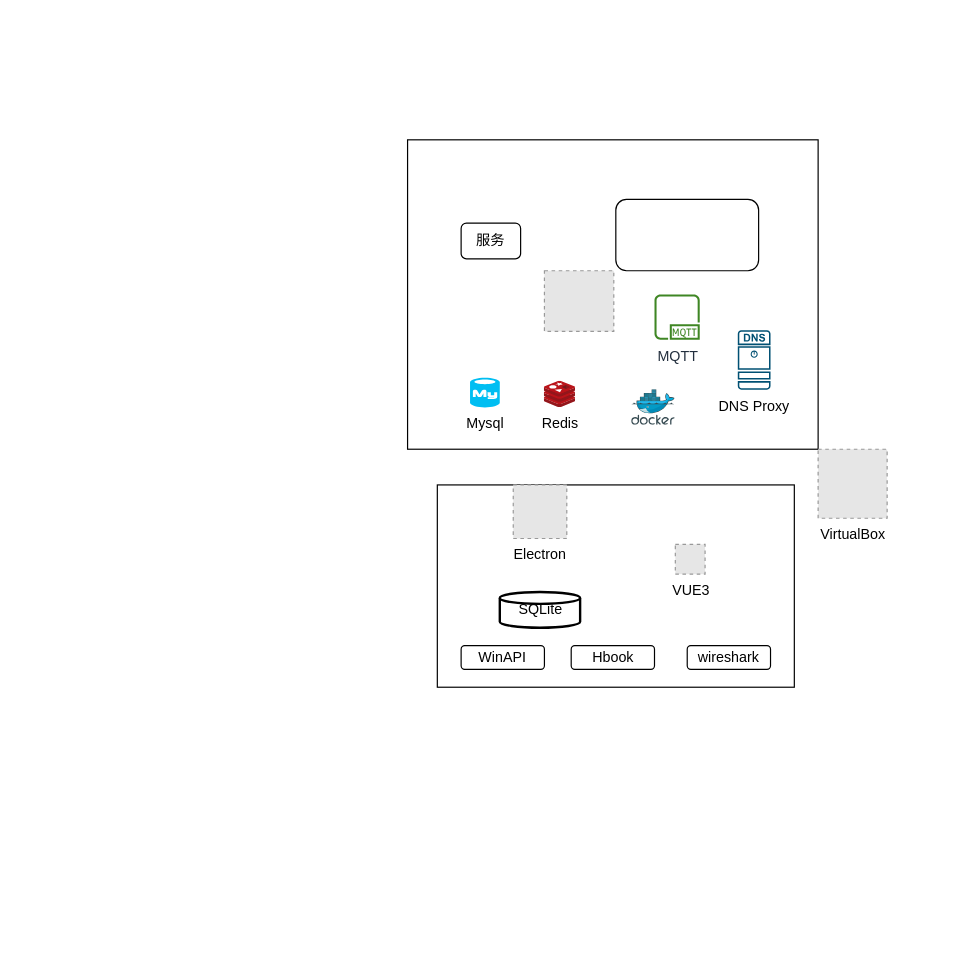
This is page "第 4 页" (4 of 4) of drawio/dns.drawio from raingnight/Blog_Pic, a draw.io file, before an edit. Source tidied: cells renumbered, new cells numbered last; positions are measured from the earlier drawing's top-left corner, leaving out a move shared by most shapes. Both pictures are drawn from the tidied source at 119%, with x=0, y=0 at pixel (407, 139). Pictures stored in the file or linked from it are replaced by grey dashed boxes.
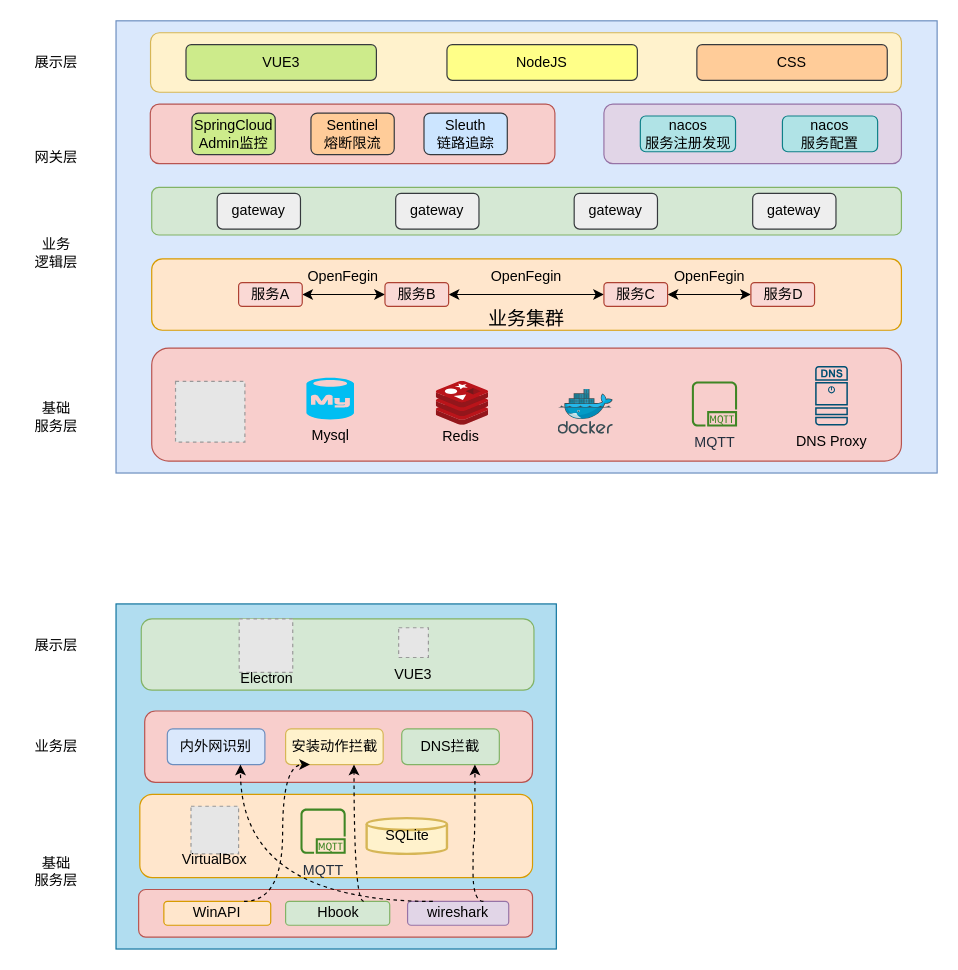
Above is the later version.

What changed in the source:
```diff
@@
+    <mxCell id="3" style="rounded=0;whiteSpace=wrap;html=1;fillColor=#b1ddf0;strokeColor=#10739e;" parent="1" vertex="1">
+      <mxGeometry x="-245" y="390" width="370" height="290" as="geometry" />
+    </mxCell>
+    <mxCell id="19" style="rounded=1;whiteSpace=wrap;html=1;fillColor=#d5e8d4;strokeColor=#82b366;" parent="1" vertex="1">
+      <mxGeometry x="-223.8" y="402.5" width="330" height="60" as="geometry" />
+    </mxCell>
+    <mxCell id="20" style="rounded=1;whiteSpace=wrap;html=1;fillColor=#ffe6cc;strokeColor=#d79b00;" parent="1" vertex="1">
+      <mxGeometry x="-225" y="550" width="330" height="70" as="geometry" />
+    </mxCell>
+    <mxCell id="21" style="rounded=1;whiteSpace=wrap;html=1;fillColor=#f8cecc;strokeColor=#b85450;" parent="1" vertex="1">
+      <mxGeometry x="-226" y="630" width="331" height="40" as="geometry" />
+    </mxCell>
-    <mxCell id="2" style="rounded=0;whiteSpace=wrap;html=1;" parent="1" vertex="1">
-      <mxGeometry width="345" height="260" as="geometry" />
+    <mxCell id="2" style="rounded=0;whiteSpace=wrap;html=1;fillColor=#dae8fc;strokeColor=#6c8ebf;" parent="1" vertex="1">
+      <mxGeometry x="-245" y="-100" width="690" height="380" as="geometry" />
     </mxCell>
-    <mxCell id="3" style="rounded=0;whiteSpace=wrap;html=1;" parent="1" vertex="1">
-      <mxGeometry x="25" y="290" width="300" height="170" as="geometry" />
-    </mxCell>
+    <mxCell id="22" style="rounded=1;whiteSpace=wrap;html=1;fillColor=#fff2cc;strokeColor=#d6b656;" parent="1" vertex="1">
+      <mxGeometry x="-216" y="-90" width="631" height="50" as="geometry" />
+    </mxCell>
+    <mxCell id="23" style="rounded=1;whiteSpace=wrap;html=1;fillColor=#f8cecc;strokeColor=#b85450;" parent="1" vertex="1">
+      <mxGeometry x="-215" y="175" width="630" height="95" as="geometry" />
+    </mxCell>
+    <mxCell id="24" style="rounded=1;whiteSpace=wrap;html=1;fillColor=#ffe6cc;strokeColor=#d79b00;" parent="1" vertex="1">
+      <mxGeometry x="-215" y="100" width="630" height="60" as="geometry" />
+    </mxCell>
-    <mxCell id="4" value="WinAPI" style="rounded=1;whiteSpace=wrap;html=1;" parent="1" vertex="1">
-      <mxGeometry x="45" y="425" width="70" height="20" as="geometry" />
+    <mxCell id="4" value="WinAPI" style="rounded=1;whiteSpace=wrap;html=1;fillColor=#ffe6cc;strokeColor=#d79b00;" parent="1" vertex="1">
+      <mxGeometry x="-204.8" y="640" width="89.8" height="20" as="geometry" />
     </mxCell>
-    <mxCell id="5" value="Hbook" style="rounded=1;whiteSpace=wrap;html=1;" parent="1" vertex="1">
-      <mxGeometry x="137.5" y="425" width="70" height="20" as="geometry" />
+    <mxCell id="5" value="Hbook" style="rounded=1;whiteSpace=wrap;html=1;fillColor=#d5e8d4;strokeColor=#82b366;" parent="1" vertex="1">
+      <mxGeometry x="-102.5" y="640" width="87.5" height="20" as="geometry" />
     </mxCell>
-    <mxCell id="6" value="wireshark" style="rounded=1;whiteSpace=wrap;html=1;" parent="1" vertex="1">
-      <mxGeometry x="235" y="425" width="70" height="20" as="geometry" />
+    <mxCell id="6" value="wireshark" style="rounded=1;whiteSpace=wrap;html=1;fillColor=#e1d5e7;strokeColor=#9673a6;" parent="1" vertex="1">
+      <mxGeometry y="640" width="85" height="20" as="geometry" />
     </mxCell>
-    <mxCell id="7" value="Redis" style="image;sketch=0;html=1;align=center;fontSize=12;image=img/lib/mscae/Cache_Redis_Product.svg;" parent="1" vertex="1">
-      <mxGeometry x="115" y="203" width="26.2" height="22" as="geometry" />
+    <mxCell id="7" style="image;sketch=0;html=1;align=center;fontSize=12;image=img/lib/mscae/Cache_Redis_Product.svg;" parent="1" vertex="1">
+      <mxGeometry x="24.2" y="203" width="44" height="37" as="geometry" />
     </mxCell>
     <mxCell id="8" value="Mysql" style="verticalLabelPosition=bottom;html=1;verticalAlign=top;align=center;strokeColor=none;fillColor=#00BEF2;shape=mxgraph.azure.mysql_database;" parent="1" vertex="1">
-      <mxGeometry x="52.5" y="200" width="25" height="25" as="geometry" />
+      <mxGeometry x="-85" y="200" width="40" height="35" as="geometry" />
     </mxCell>
     <mxCell id="9" value="DNS Proxy" style="sketch=0;verticalLabelPosition=bottom;html=1;verticalAlign=top;align=center;shape=mxgraph.cisco19.dns_server;fillColor=#005073;strokeColor=none;" parent="1" vertex="1">
-      <mxGeometry x="277.5" y="160" width="27.5" height="50" as="geometry" />
+      <mxGeometry x="342.5" y="190" width="27.5" height="50" as="geometry" />
     </mxCell>
-    <mxCell id="10" value="Electron" style="fillColor=#E6E6E6;strokeColor=#999999;dashed=1;html=1;verticalAlign=top;verticalLabelPosition=bottom;labelBackgroundColor=#ffffff;" parent="1" vertex="1">
-      <mxGeometry x="88.8" y="290" width="45" height="45" as="geometry" />
-    </mxCell>
-    <mxCell id="11" value="VUE3" style="fillColor=#E6E6E6;strokeColor=#999999;dashed=1;html=1;verticalAlign=top;verticalLabelPosition=bottom;labelBackgroundColor=#ffffff;" parent="1" vertex="1">
-      <mxGeometry x="225" y="340" width="25" height="25" as="geometry" />
-    </mxCell>
-    <mxCell id="12" value="SQLite" style="strokeWidth=2;html=1;shape=mxgraph.flowchart.database;whiteSpace=wrap;" parent="1" vertex="1">
-      <mxGeometry x="77.5" y="380" width="67.5" height="30" as="geometry" />
+    <mxCell id="12" value="SQLite" style="strokeWidth=2;html=1;shape=mxgraph.flowchart.database;whiteSpace=wrap;fillColor=#fff2cc;strokeColor=#d6b656;" parent="1" vertex="1">
+      <mxGeometry x="-34.4" y="570" width="67.5" height="30" as="geometry" />
     </mxCell>
     <mxCell id="13" value="MQTT" style="sketch=0;fontColor=#232F3E;gradientColor=none;fillColor=#3F8624;strokeColor=none;dashed=0;verticalLabelPosition=bottom;verticalAlign=top;align=center;html=1;fontSize=12;fontStyle=0;shape=mxgraph.aws4.mqtt_protocol;" parent="1" vertex="1">
-      <mxGeometry x="207.5" y="130" width="38" height="38" as="geometry" />
+      <mxGeometry x="238.9" y="203" width="38" height="38" as="geometry" />
     </mxCell>
+    <mxCell id="15" style="image;sketch=0;html=1;align=center;fontSize=12;image=img/lib/mscae/Docker.svg;" parent="1" vertex="1">
+      <mxGeometry x="126.6" y="209.5" width="46.4" height="38" as="geometry" />
+    </mxCell>
+    <mxCell id="18" style="fillColor=#E6E6E6;strokeColor=#999999;dashed=1;verticalLabelPosition=bottom;verticalAlign=top;" parent="1" vertex="1">
+      <mxGeometry x="-195" y="203" width="58.3" height="51" as="geometry" />
+    </mxCell>
+    <mxCell id="25" style="rounded=1;whiteSpace=wrap;html=1;fillColor=#e1d5e7;strokeColor=#9673a6;" parent="1" vertex="1">
+      <mxGeometry x="165" y="-30" width="250" height="50" as="geometry" />
+    </mxCell>
+    <mxCell id="26" value="nacos&lt;br&gt;服务注册发现" style="rounded=1;whiteSpace=wrap;html=1;fillColor=#b0e3e6;strokeColor=#0e8088;" parent="1" vertex="1">
+      <mxGeometry x="195.6" y="-20" width="80" height="30" as="geometry" />
+    </mxCell>
+    <mxCell id="27" value="nacos&lt;br&gt;服务配置" style="rounded=1;whiteSpace=wrap;html=1;fillColor=#b0e3e6;strokeColor=#0e8088;" parent="1" vertex="1">
+      <mxGeometry x="315" y="-20" width="80" height="30" as="geometry" />
+    </mxCell>
+    <mxCell id="28" style="group;" parent="1" vertex="1">
+      <mxGeometry x="-216.2" y="-30" width="340" height="50" as="geometry" />
+    </mxCell>
+    <mxCell id="29" style="rounded=1;whiteSpace=wrap;html=1;fillColor=#f8cecc;strokeColor=#b85450;" parent="28" vertex="1">
+      <mxGeometry width="340" height="50" as="geometry" />
+    </mxCell>
+    <mxCell id="30" value="SpringCloud&lt;br&gt;Admin监控" style="rounded=1;whiteSpace=wrap;html=1;fillColor=#cdeb8b;strokeColor=#36393d;" parent="28" vertex="1">
+      <mxGeometry x="35" y="7.5" width="70" height="35" as="geometry" />
+    </mxCell>
+    <mxCell id="31" value="Sentinel&lt;br&gt;熔断限流" style="rounded=1;whiteSpace=wrap;html=1;fillColor=#ffcc99;strokeColor=#36393d;" parent="28" vertex="1">
+      <mxGeometry x="135" y="7.5" width="70" height="35" as="geometry" />
+    </mxCell>
+    <mxCell id="32" value="Sleuth&lt;br&gt;链路追踪" style="rounded=1;whiteSpace=wrap;html=1;fillColor=#cce5ff;strokeColor=#36393d;" parent="28" vertex="1">
+      <mxGeometry x="230" y="7.5" width="70" height="35" as="geometry" />
+    </mxCell>
+    <mxCell id="33" value="VUE3" style="rounded=1;whiteSpace=wrap;html=1;fillColor=#cdeb8b;strokeColor=#36393d;" parent="1" vertex="1">
+      <mxGeometry x="-186.2" y="-80" width="160" height="30" as="geometry" />
+    </mxCell>
+    <mxCell id="34" value="NodeJS" style="rounded=1;whiteSpace=wrap;html=1;fillColor=#ffff88;strokeColor=#36393d;" parent="1" vertex="1">
+      <mxGeometry x="33.1" y="-80" width="160" height="30" as="geometry" />
+    </mxCell>
+    <mxCell id="35" value="CSS" style="rounded=1;whiteSpace=wrap;html=1;fillColor=#ffcc99;strokeColor=#36393d;" parent="1" vertex="1">
+      <mxGeometry x="243.1" y="-80" width="160" height="30" as="geometry" />
+    </mxCell>
+    <mxCell id="36" value="业务集群" style="text;html=1;strokeColor=none;fillColor=none;align=center;verticalAlign=middle;whiteSpace=wrap;rounded=0;fontSize=16;" parent="1" vertex="1">
+      <mxGeometry x="65.1" y="140" width="69.8" height="20" as="geometry" />
+    </mxCell>
+    <mxCell id="37" style="edgeStyle=orthogonalEdgeStyle;rounded=0;jettySize=auto;html=1;exitX=1;exitY=0.5;exitDx=0;exitDy=0;entryX=0;entryY=0.5;entryDx=0;entryDy=0;startArrow=classic;startFill=1;" parent="1" edge="1" source="38" target="40">
+      <mxGeometry relative="1" as="geometry" />
+    </mxCell>
+    <mxCell id="38" value="服务A" style="rounded=1;whiteSpace=wrap;html=1;fillColor=#fad9d5;strokeColor=#ae4132;" parent="1" vertex="1">
+      <mxGeometry x="-142" y="120" width="53.5" height="20" as="geometry" />
+    </mxCell>
+    <mxCell id="39" style="edgeStyle=orthogonalEdgeStyle;rounded=0;jettySize=auto;html=1;exitX=1;exitY=0.5;exitDx=0;exitDy=0;entryX=0;entryY=0.5;entryDx=0;entryDy=0;startArrow=classic;startFill=1;" parent="1" edge="1" source="40" target="42">
+      <mxGeometry relative="1" as="geometry" />
+    </mxCell>
+    <mxCell id="40" value="服务B" style="rounded=1;whiteSpace=wrap;html=1;fillColor=#fad9d5;strokeColor=#ae4132;" parent="1" vertex="1">
+      <mxGeometry x="-19" y="120" width="53.5" height="20" as="geometry" />
+    </mxCell>
+    <mxCell id="41" style="edgeStyle=orthogonalEdgeStyle;rounded=0;jettySize=auto;html=1;exitX=1;exitY=0.5;exitDx=0;exitDy=0;entryX=0;entryY=0.5;entryDx=0;entryDy=0;startArrow=classic;startFill=1;" parent="1" edge="1" source="42" target="43">
+      <mxGeometry relative="1" as="geometry" />
+    </mxCell>
+    <mxCell id="42" value="服务C" style="rounded=1;whiteSpace=wrap;html=1;fillColor=#fad9d5;strokeColor=#ae4132;" parent="1" vertex="1">
+      <mxGeometry x="165" y="120" width="53.5" height="20" as="geometry" />
+    </mxCell>
+    <mxCell id="43" value="服务D" style="rounded=1;whiteSpace=wrap;html=1;fillColor=#fad9d5;strokeColor=#ae4132;" parent="1" vertex="1">
+      <mxGeometry x="288.5" y="120" width="53.5" height="20" as="geometry" />
+    </mxCell>
+    <mxCell id="44" value="OpenFegin" style="text;html=1;strokeColor=none;fillColor=none;align=center;verticalAlign=middle;whiteSpace=wrap;rounded=0;" parent="1" vertex="1">
+      <mxGeometry x="77.1" y="105" width="45.9" height="20" as="geometry" />
+    </mxCell>
+    <mxCell id="45" value="Redis" style="text;html=1;strokeColor=none;fillColor=none;align=center;verticalAlign=middle;whiteSpace=wrap;rounded=0;" parent="1" vertex="1">
+      <mxGeometry x="15" y="235" width="60" height="30" as="geometry" />
+    </mxCell>
+    <mxCell id="46" value="OpenFegin" style="text;html=1;strokeColor=none;fillColor=none;align=center;verticalAlign=middle;whiteSpace=wrap;rounded=0;" parent="1" vertex="1">
+      <mxGeometry x="-77" y="105" width="45.9" height="20" as="geometry" />
+    </mxCell>
+    <mxCell id="47" value="OpenFegin" style="text;html=1;strokeColor=none;fillColor=none;align=center;verticalAlign=middle;whiteSpace=wrap;rounded=0;" parent="1" vertex="1">
+      <mxGeometry x="231" y="105" width="45.9" height="20" as="geometry" />
+    </mxCell>
+    <mxCell id="48" style="rounded=1;whiteSpace=wrap;html=1;fillColor=#d5e8d4;strokeColor=#82b366;" parent="1" vertex="1">
+      <mxGeometry x="-215" y="40" width="630" height="40" as="geometry" />
+    </mxCell>
+    <mxCell id="49" value="gateway" style="rounded=1;whiteSpace=wrap;html=1;fillColor=#eeeeee;strokeColor=#36393d;flipH=1;" parent="1" vertex="1">
+      <mxGeometry x="-10" y="45" width="70" height="30" as="geometry" />
+    </mxCell>
+    <mxCell id="50" value="gateway" style="rounded=1;whiteSpace=wrap;html=1;fillColor=#eeeeee;strokeColor=#36393d;flipH=1;" parent="1" vertex="1">
+      <mxGeometry x="-160" y="45" width="70" height="30" as="geometry" />
+    </mxCell>
+    <mxCell id="51" value="gateway" style="rounded=1;whiteSpace=wrap;html=1;fillColor=#eeeeee;strokeColor=#36393d;flipH=1;" parent="1" vertex="1">
+      <mxGeometry x="140" y="45" width="70" height="30" as="geometry" />
+    </mxCell>
+    <mxCell id="52" value="gateway" style="rounded=1;whiteSpace=wrap;html=1;fillColor=#eeeeee;strokeColor=#36393d;flipH=1;" parent="1" vertex="1">
+      <mxGeometry x="290" y="45" width="70" height="30" as="geometry" />
+    </mxCell>
+    <mxCell id="53" style="group;" parent="1" vertex="1">
+      <mxGeometry x="-192" y="560" width="60" height="60" as="geometry" />
+    </mxCell>
-    <mxCell id="14" value="VirtualBox" style="fillColor=#E6E6E6;strokeColor=#999999;dashed=1;html=1;verticalAlign=top;verticalLabelPosition=bottom;labelBackgroundColor=#ffffff;" parent="1" vertex="1">
-      <mxGeometry x="345" y="260" width="58" height="58" as="geometry" />
+    <mxCell id="14" style="fillColor=#E6E6E6;strokeColor=#999999;dashed=1;html=1;verticalAlign=top;verticalLabelPosition=bottom;labelBackgroundColor=#ffffff;" parent="53" vertex="1">
+      <mxGeometry x="10" width="40" height="40" as="geometry" />
     </mxCell>
-    <mxCell id="15" style="image;sketch=0;html=1;align=center;fontSize=12;image=img/lib/mscae/Docker.svg;" parent="1" vertex="1">
-      <mxGeometry x="188.4" y="210" width="36.6" height="30" as="geometry" />
-    </mxCell>
-    <mxCell id="16" value="服务" style="rounded=1;whiteSpace=wrap;html=1;" parent="1" vertex="1">
-      <mxGeometry x="45" y="70" width="50" height="30" as="geometry" />
-    </mxCell>
-    <mxCell id="17" style="rounded=1;whiteSpace=wrap;html=1;" parent="1" vertex="1">
-      <mxGeometry x="175" y="50" width="120" height="60" as="geometry" />
-    </mxCell>
-    <mxCell id="18" style="fillColor=#E6E6E6;strokeColor=#999999;dashed=1;verticalLabelPosition=bottom;verticalAlign=top;" parent="1" vertex="1">
-      <mxGeometry x="115" y="110" width="58.3" height="51" as="geometry" />
-    </mxCell>
+    <mxCell id="54" value="VirtualBox" style="text;html=1;strokeColor=none;fillColor=none;align=center;verticalAlign=middle;whiteSpace=wrap;rounded=0;" parent="53" vertex="1">
+      <mxGeometry y="30" width="60" height="30" as="geometry" />
+    </mxCell>
+    <mxCell id="55" style="group;" parent="1" vertex="1">
+      <mxGeometry x="-25.5" y="410" width="60" height="55" as="geometry" />
+    </mxCell>
+    <mxCell id="11" style="fillColor=#E6E6E6;strokeColor=#999999;dashed=1;html=1;verticalAlign=top;verticalLabelPosition=bottom;labelBackgroundColor=#ffffff;" parent="55" vertex="1">
+      <mxGeometry x="18" width="25" height="25" as="geometry" />
+    </mxCell>
+    <mxCell id="56" value="VUE3" style="text;html=1;strokeColor=none;fillColor=none;align=center;verticalAlign=middle;whiteSpace=wrap;rounded=0;" parent="55" vertex="1">
+      <mxGeometry y="25" width="60" height="30" as="geometry" />
+    </mxCell>
+    <mxCell id="57" style="group;" parent="1" vertex="1">
+      <mxGeometry x="-148.5" y="402.5" width="60" height="65" as="geometry" />
+    </mxCell>
+    <mxCell id="10" style="fillColor=#E6E6E6;strokeColor=#999999;dashed=1;html=1;verticalAlign=top;verticalLabelPosition=bottom;labelBackgroundColor=#ffffff;" parent="57" vertex="1">
+      <mxGeometry x="7" width="45" height="45" as="geometry" />
+    </mxCell>
+    <mxCell id="58" value="Electron" style="text;html=1;strokeColor=none;fillColor=none;align=center;verticalAlign=middle;whiteSpace=wrap;rounded=0;" parent="57" vertex="1">
+      <mxGeometry y="35" width="60" height="30" as="geometry" />
+    </mxCell>
+    <mxCell id="59" style="rounded=1;whiteSpace=wrap;html=1;fillColor=#f8cecc;strokeColor=#b85450;" parent="1" vertex="1">
+      <mxGeometry x="-220.9" y="480" width="325.9" height="60" as="geometry" />
+    </mxCell>
+    <mxCell id="60" value="内外网识别" style="rounded=1;whiteSpace=wrap;html=1;fillColor=#dae8fc;strokeColor=#6c8ebf;" parent="1" vertex="1">
+      <mxGeometry x="-201.9" y="495" width="82" height="30" as="geometry" />
+    </mxCell>
+    <mxCell id="61" value="安装动作拦截" style="rounded=1;whiteSpace=wrap;html=1;fillColor=#fff2cc;strokeColor=#d6b656;" parent="1" vertex="1">
+      <mxGeometry x="-102.5" y="495" width="82" height="30" as="geometry" />
+    </mxCell>
+    <mxCell id="62" value="DNS拦截" style="rounded=1;whiteSpace=wrap;html=1;fillColor=#d5e8d4;strokeColor=#82b366;" parent="1" vertex="1">
+      <mxGeometry x="-4.9" y="495" width="82" height="30" as="geometry" />
+    </mxCell>
+    <mxCell id="63" style="edgeStyle=orthogonalEdgeStyle;rounded=0;jettySize=auto;html=1;exitX=0.75;exitY=0;exitDx=0;exitDy=0;entryX=0.25;entryY=1;entryDx=0;entryDy=0;curved=1;dashed=1;" parent="1" edge="1" source="4" target="61">
+      <mxGeometry relative="1" as="geometry">
+        <Array as="points">
+          <mxPoint x="-105" y="640" />
+          <mxPoint x="-105" y="525" />
+        </Array>
+      </mxGeometry>
+    </mxCell>
+    <mxCell id="64" style="edgeStyle=orthogonalEdgeStyle;rounded=0;jettySize=auto;html=1;exitX=0.75;exitY=0;exitDx=0;exitDy=0;dashed=1;curved=1;" parent="1" edge="1" source="5" target="61">
+      <mxGeometry relative="1" as="geometry">
+        <Array as="points">
+          <mxPoint x="-45" y="640" />
+        </Array>
+      </mxGeometry>
+    </mxCell>
+    <mxCell id="65" style="edgeStyle=orthogonalEdgeStyle;rounded=0;jettySize=auto;html=1;exitX=0.25;exitY=0;exitDx=0;exitDy=0;entryX=0.75;entryY=1;entryDx=0;entryDy=0;curved=1;dashed=1;" parent="1" edge="1" source="6" target="60">
+      <mxGeometry relative="1" as="geometry">
+        <Array as="points">
+          <mxPoint x="-140" y="640" />
+        </Array>
+      </mxGeometry>
+    </mxCell>
+    <mxCell id="66" style="edgeStyle=orthogonalEdgeStyle;rounded=0;jettySize=auto;html=1;exitX=0.75;exitY=0;exitDx=0;exitDy=0;entryX=0.75;entryY=1;entryDx=0;entryDy=0;curved=1;dashed=1;" parent="1" edge="1" source="6" target="62">
+      <mxGeometry relative="1" as="geometry">
+        <Array as="points">
+          <mxPoint x="55" y="640" />
+          <mxPoint x="55" y="590" />
+          <mxPoint x="57" y="590" />
+        </Array>
+      </mxGeometry>
+    </mxCell>
+    <mxCell id="67" value="基础&lt;br&gt;服务层" style="text;html=1;strokeColor=none;fillColor=none;align=center;verticalAlign=middle;whiteSpace=wrap;rounded=0;" parent="1" vertex="1">
+      <mxGeometry x="-325" y="600" width="60" height="30" as="geometry" />
+    </mxCell>
+    <mxCell id="68" value="业务层" style="text;html=1;strokeColor=none;fillColor=none;align=center;verticalAlign=middle;whiteSpace=wrap;rounded=0;" parent="1" vertex="1">
+      <mxGeometry x="-325" y="495" width="60" height="30" as="geometry" />
+    </mxCell>
+    <mxCell id="69" value="展示层" style="text;html=1;strokeColor=none;fillColor=none;align=center;verticalAlign=middle;whiteSpace=wrap;rounded=0;" parent="1" vertex="1">
+      <mxGeometry x="-325" y="410" width="60" height="30" as="geometry" />
+    </mxCell>
+    <mxCell id="70" value="基础&lt;br&gt;服务层" style="text;html=1;strokeColor=none;fillColor=none;align=center;verticalAlign=middle;whiteSpace=wrap;rounded=0;" parent="1" vertex="1">
+      <mxGeometry x="-325" y="217.5" width="60" height="30" as="geometry" />
+    </mxCell>
+    <mxCell id="71" value="业务&lt;br&gt;逻辑层" style="text;html=1;strokeColor=none;fillColor=none;align=center;verticalAlign=middle;whiteSpace=wrap;rounded=0;" parent="1" vertex="1">
+      <mxGeometry x="-325" y="80" width="60" height="30" as="geometry" />
+    </mxCell>
+    <mxCell id="72" value="网关层" style="text;html=1;strokeColor=none;fillColor=none;align=center;verticalAlign=middle;whiteSpace=wrap;rounded=0;" parent="1" vertex="1">
+      <mxGeometry x="-325" width="60" height="30" as="geometry" />
+    </mxCell>
+    <mxCell id="73" value="展示层" style="text;html=1;strokeColor=none;fillColor=none;align=center;verticalAlign=middle;whiteSpace=wrap;rounded=0;" parent="1" vertex="1">
+      <mxGeometry x="-325" y="-80" width="60" height="30" as="geometry" />
+    </mxCell>
+    <mxCell id="74" value="MQTT" style="sketch=0;fontColor=#232F3E;gradientColor=none;fillColor=#3F8624;strokeColor=none;dashed=0;verticalLabelPosition=bottom;verticalAlign=top;align=center;html=1;fontSize=12;fontStyle=0;shape=mxgraph.aws4.mqtt_protocol;" parent="1" vertex="1">
+      <mxGeometry x="-90" y="562" width="38" height="38" as="geometry" />
+    </mxCell>
```
